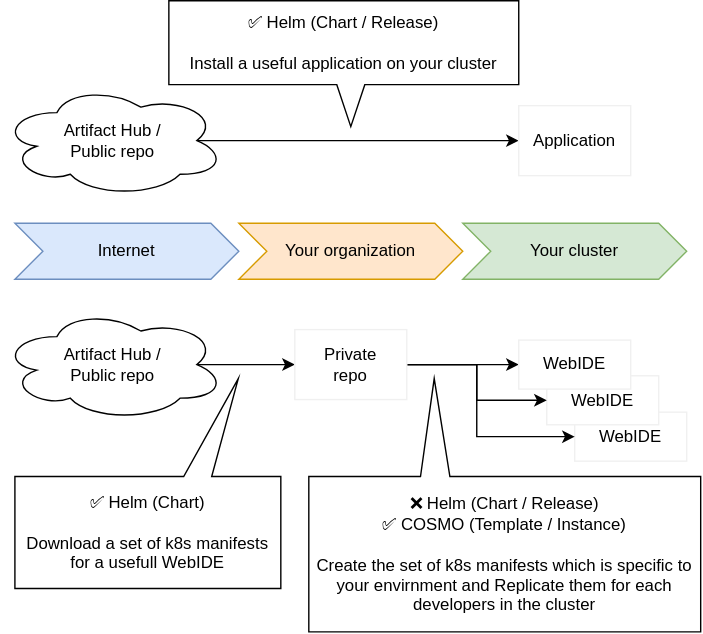
The draw.io diagram docs/assets/template-flow.drawio.svg in cosmo-workspace/cosmo, before a commit. Source tidied: cells renumbered, new cells last; positions are measured from the earlier drawing's top-left corner, leaving out a move shared by most shapes. The source it was exported from:
```xml
<mxGraphModel>
  <root>
    <mxCell id="0" />
    <mxCell id="1" parent="0" />
    <mxCell id="2" value="WebIDE" style="whiteSpace=wrap;html=1;strokeColor=#f0f0f0;" parent="1" vertex="1">
      <mxGeometry x="410" y="294" width="80" height="35" as="geometry" />
    </mxCell>
    <mxCell id="3" value="WebIDE" style="whiteSpace=wrap;html=1;strokeColor=#f0f0f0;" parent="1" vertex="1">
      <mxGeometry x="390" y="268" width="80" height="35" as="geometry" />
    </mxCell>
    <mxCell id="4" value="Internet" style="shape=step;perimeter=stepPerimeter;whiteSpace=wrap;html=1;fixedSize=1;fillColor=#dae8fc;strokeColor=#6c8ebf;fontColor=#000000;" parent="1" vertex="1">
      <mxGeometry x="10" y="159" width="160" height="40" as="geometry" />
    </mxCell>
    <mxCell id="5" value="Your organization" style="shape=step;perimeter=stepPerimeter;whiteSpace=wrap;html=1;fixedSize=1;fillColor=#ffe6cc;strokeColor=#d79b00;fontColor=#000000;" parent="1" vertex="1">
      <mxGeometry x="170" y="159" width="160" height="40" as="geometry" />
    </mxCell>
    <mxCell id="6" value="Your cluster" style="shape=step;perimeter=stepPerimeter;whiteSpace=wrap;html=1;fixedSize=1;fillColor=#d5e8d4;strokeColor=#82b366;fontColor=#000000;" parent="1" vertex="1">
      <mxGeometry x="330" y="159" width="160" height="40" as="geometry" />
    </mxCell>
    <mxCell id="7" style="edgeStyle=orthogonalEdgeStyle;rounded=0;jettySize=auto;html=1;exitX=0.875;exitY=0.5;exitDx=0;exitDy=0;exitPerimeter=0;entryX=0;entryY=0.5;entryDx=0;entryDy=0;" parent="1" edge="1" source="8">
      <mxGeometry relative="1" as="geometry">
        <mxPoint x="210" y="260" as="targetPoint" />
      </mxGeometry>
    </mxCell>
    <mxCell id="8" value="Artifact Hub /&amp;nbsp;&lt;br&gt;Public repo" style="ellipse;shape=cloud;whiteSpace=wrap;html=1;" parent="1" vertex="1">
      <mxGeometry y="220" width="160" height="80" as="geometry" />
    </mxCell>
    <mxCell id="9" value="✅ Helm (Chart)&lt;br&gt;&lt;br&gt;Download a set of k8s manifests for&amp;nbsp;a usefull WebIDE" style="shape=callout;whiteSpace=wrap;html=1;perimeter=calloutPerimeter;position2=0.16;direction=west;size=70;position=0.26;base=20;" parent="1" vertex="1">
      <mxGeometry x="10" y="270" width="190" height="150" as="geometry" />
    </mxCell>
    <mxCell id="10" value="&lt;div&gt;&lt;span&gt;&amp;nbsp;❌ Helm (Chart / Release)&lt;/span&gt;&lt;/div&gt;&lt;div&gt;&lt;span&gt;✅ COSMO (Template / Instance)&lt;/span&gt;&lt;/div&gt;&lt;br&gt;Create the set of k8s manifests which is specific to your envirnment and Replicate them for each developers in the cluster" style="shape=callout;whiteSpace=wrap;html=1;perimeter=calloutPerimeter;position2=0.68;direction=west;size=70;position=0.64;base=21;" parent="1" vertex="1">
      <mxGeometry x="220" y="270" width="280" height="181" as="geometry" />
    </mxCell>
    <mxCell id="11" style="edgeStyle=orthogonalEdgeStyle;rounded=0;jettySize=auto;html=1;exitX=1;exitY=0.5;exitDx=0;exitDy=0;entryX=0;entryY=0.5;entryDx=0;entryDy=0;" parent="1" edge="1" source="14" target="19">
      <mxGeometry relative="1" as="geometry" />
    </mxCell>
    <mxCell id="12" style="edgeStyle=orthogonalEdgeStyle;rounded=0;jettySize=auto;html=1;exitX=1;exitY=0.5;exitDx=0;exitDy=0;entryX=0;entryY=0.5;entryDx=0;entryDy=0;" parent="1" edge="1" source="14" target="3">
      <mxGeometry relative="1" as="geometry" />
    </mxCell>
    <mxCell id="13" style="edgeStyle=orthogonalEdgeStyle;rounded=0;jettySize=auto;html=1;exitX=1;exitY=0.5;exitDx=0;exitDy=0;entryX=0;entryY=0.5;entryDx=0;entryDy=0;" parent="1" edge="1" source="14" target="2">
      <mxGeometry relative="1" as="geometry">
        <Array as="points">
          <mxPoint x="340" y="260" />
          <mxPoint x="340" y="312" />
        </Array>
      </mxGeometry>
    </mxCell>
    <mxCell id="14" value="&lt;span&gt;Private&lt;/span&gt;&lt;br&gt;&lt;span&gt;repo&lt;/span&gt;" style="whiteSpace=wrap;html=1;strokeColor=#f0f0f0;" parent="1" vertex="1">
      <mxGeometry x="210" y="235" width="80" height="50" as="geometry" />
    </mxCell>
    <mxCell id="15" style="edgeStyle=orthogonalEdgeStyle;rounded=0;jettySize=auto;html=1;exitX=0.875;exitY=0.5;exitDx=0;exitDy=0;exitPerimeter=0;entryX=0;entryY=0.5;entryDx=0;entryDy=0;" parent="1" edge="1" source="16" target="17">
      <mxGeometry relative="1" as="geometry" />
    </mxCell>
    <mxCell id="16" value="Artifact Hub /&amp;nbsp;&lt;br&gt;Public repo" style="ellipse;shape=cloud;whiteSpace=wrap;html=1;" parent="1" vertex="1">
      <mxGeometry y="60" width="160" height="80" as="geometry" />
    </mxCell>
    <mxCell id="17" value="Application" style="whiteSpace=wrap;html=1;strokeColor=#f0f0f0;" parent="1" vertex="1">
      <mxGeometry x="370" y="75" width="80" height="50" as="geometry" />
    </mxCell>
    <mxCell id="18" value="✅ Helm (Chart / Release)&lt;br&gt;&lt;br&gt;Install a useful application on your cluster" style="shape=callout;whiteSpace=wrap;html=1;perimeter=calloutPerimeter;position2=0.52;direction=east;size=30;position=0.48;base=20;" parent="1" vertex="1">
      <mxGeometry x="120" width="250" height="90" as="geometry" />
    </mxCell>
    <mxCell id="19" value="WebIDE" style="whiteSpace=wrap;html=1;strokeColor=#f0f0f0;" parent="1" vertex="1">
      <mxGeometry x="370" y="242.5" width="80" height="35" as="geometry" />
    </mxCell>
  </root>
</mxGraphModel>
```
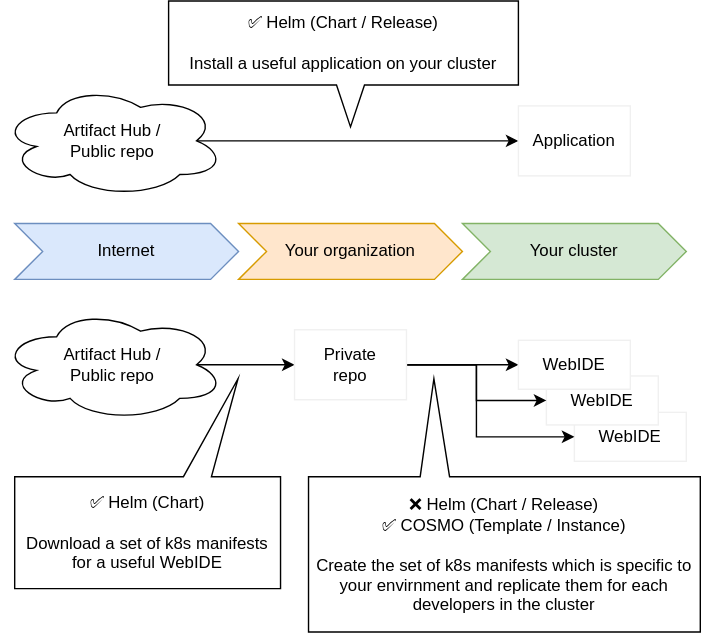
The same file after the commit.

The edit, as a diff of the source:
```diff
@@ -25,10 +25,10 @@
     <mxCell id="8" value="Artifact Hub /&amp;nbsp;&lt;br&gt;Public repo" style="ellipse;shape=cloud;whiteSpace=wrap;html=1;" parent="1" vertex="1">
       <mxGeometry y="220" width="160" height="80" as="geometry" />
     </mxCell>
-    <mxCell id="9" value="✅ Helm (Chart)&lt;br&gt;&lt;br&gt;Download a set of k8s manifests for&amp;nbsp;a usefull WebIDE" style="shape=callout;whiteSpace=wrap;html=1;perimeter=calloutPerimeter;position2=0.16;direction=west;size=70;position=0.26;base=20;" parent="1" vertex="1">
+    <mxCell id="9" value="✅ Helm (Chart)&lt;br&gt;&lt;br&gt;Download a set of k8s manifests for&amp;nbsp;a useful WebIDE&lt;br&gt;" style="shape=callout;whiteSpace=wrap;html=1;perimeter=calloutPerimeter;position2=0.16;direction=west;size=70;position=0.26;base=20;" parent="1" vertex="1">
       <mxGeometry x="10" y="270" width="190" height="150" as="geometry" />
     </mxCell>
-    <mxCell id="10" value="&lt;div&gt;&lt;span&gt;&amp;nbsp;❌ Helm (Chart / Release)&lt;/span&gt;&lt;/div&gt;&lt;div&gt;&lt;span&gt;✅ COSMO (Template / Instance)&lt;/span&gt;&lt;/div&gt;&lt;br&gt;Create the set of k8s manifests which is specific to your envirnment and Replicate them for each developers in the cluster" style="shape=callout;whiteSpace=wrap;html=1;perimeter=calloutPerimeter;position2=0.68;direction=west;size=70;position=0.64;base=21;" parent="1" vertex="1">
+    <mxCell id="10" value="&lt;div&gt;&lt;span&gt;&amp;nbsp;❌ Helm (Chart / Release)&lt;/span&gt;&lt;/div&gt;&lt;div&gt;&lt;span&gt;✅ COSMO (Template / Instance)&lt;/span&gt;&lt;/div&gt;&lt;br&gt;Create the set of k8s manifests which is specific to your envirnment and replicate them for each developers in the cluster" style="shape=callout;whiteSpace=wrap;html=1;perimeter=calloutPerimeter;position2=0.68;direction=west;size=70;position=0.64;base=21;" parent="1" vertex="1">
       <mxGeometry x="220" y="270" width="280" height="181" as="geometry" />
     </mxCell>
     <mxCell id="11" style="edgeStyle=orthogonalEdgeStyle;rounded=0;jettySize=auto;html=1;exitX=1;exitY=0.5;exitDx=0;exitDy=0;entryX=0;entryY=0.5;entryDx=0;entryDy=0;" parent="1" edge="1" source="14" target="19">
```
